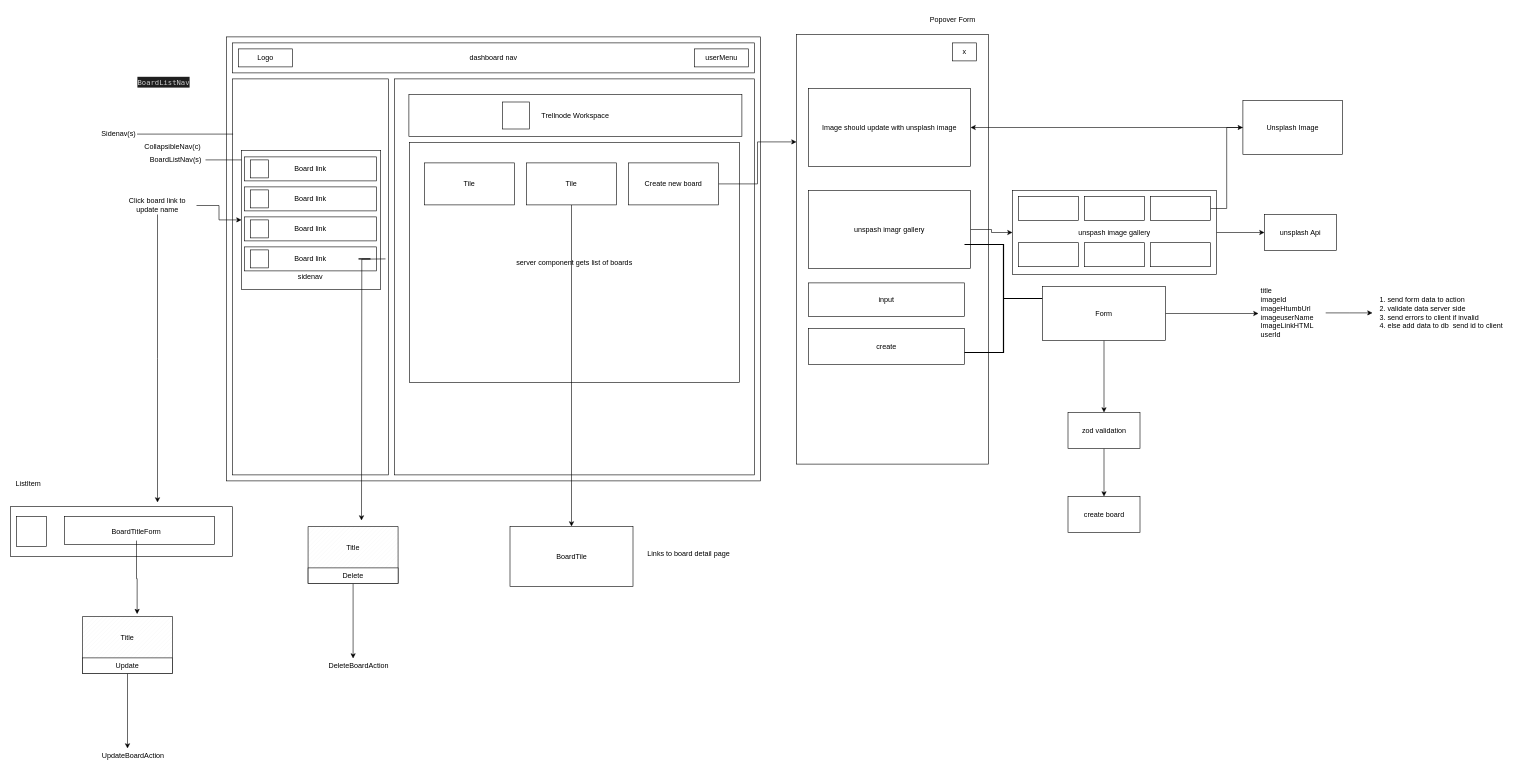
The draw.io diagram page "Boards Page" (3 of 5) of public/Untitled Diagram.drawio in eric-nichols-nyc/trellnode, before the edit. Source tidied: cells renumbered, new cells numbered last; positions are measured from the earlier drawing's top-left corner, leaving out a move shared by most shapes. Both pictures are drawn from the tidied source at 60%, with x=0, y=0 at pixel (10, 10).
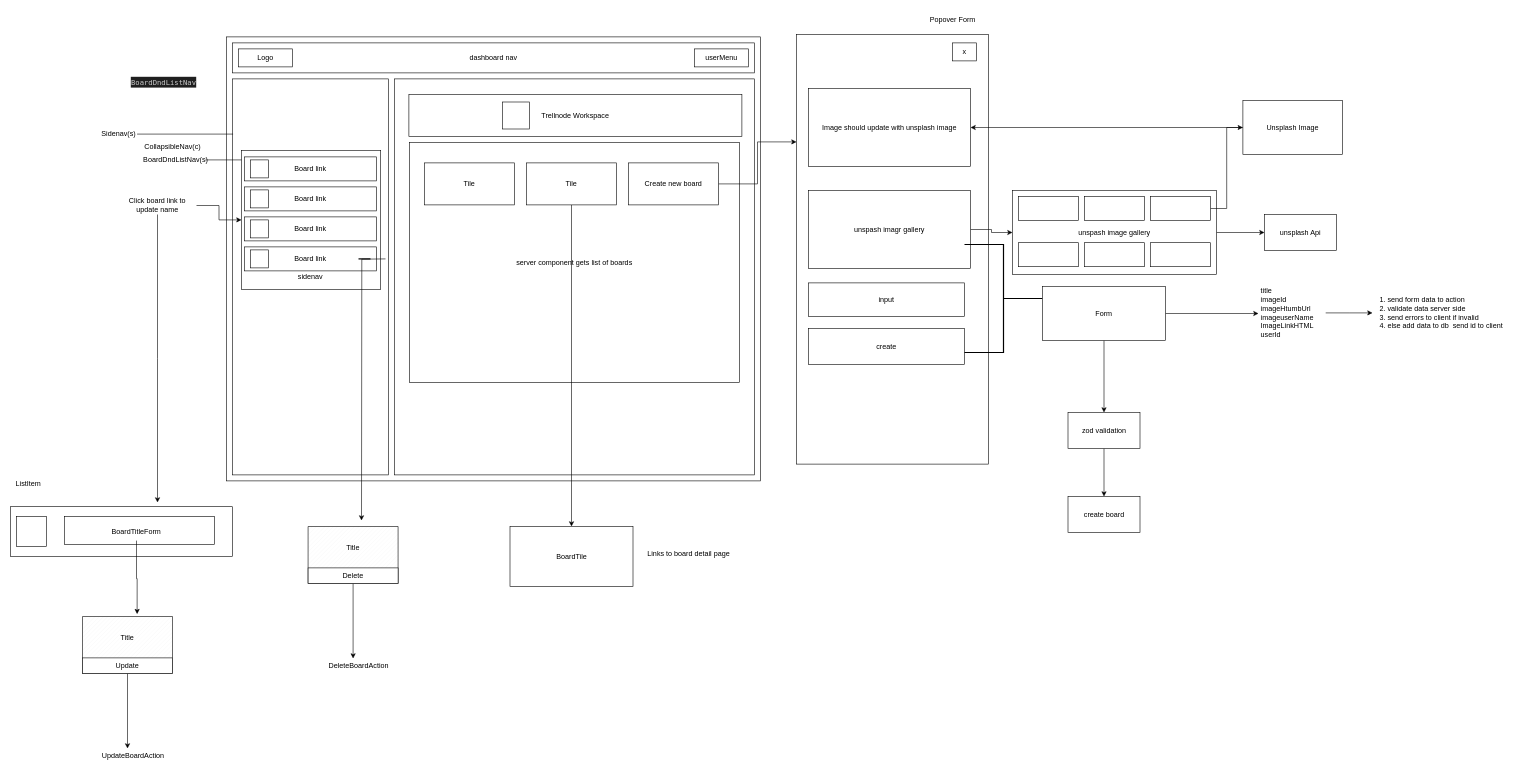
The same diagram, later.

What changed in the source:
```diff
@@
-    <mxCell id="64" value="&lt;div style=&quot;color: rgb(204, 204, 204); background-color: rgb(31, 31, 31); font-family: Menlo, Monaco, &amp;quot;Courier New&amp;quot;, monospace; line-height: 18px;&quot;&gt;BoardListNav&lt;/div&gt;" style="text;html=1;align=center;verticalAlign=middle;strokeColor=none;fillColor=none;" parent="1" vertex="1">
+    <mxCell id="64" value="&lt;div style=&quot;color: rgb(204, 204, 204); background-color: rgb(31, 31, 31); font-family: Menlo, Monaco, &amp;quot;Courier New&amp;quot;, monospace; line-height: 18px;&quot;&gt;BoardDndListNav&lt;/div&gt;" style="text;html=1;align=center;verticalAlign=middle;strokeColor=none;fillColor=none;" parent="1" vertex="1">
       <mxGeometry x="200" y="104" width="110" height="30" as="geometry" />
     </mxCell>
@@
-    <mxCell id="68" value="BoardListNav(s)" style="text;html=1;align=center;verticalAlign=middle;strokeColor=none;fillColor=none;" parent="1" vertex="1">
+    <mxCell id="68" value="BoardDndListNav(s)" style="text;html=1;align=center;verticalAlign=middle;strokeColor=none;fillColor=none;" parent="1" vertex="1">
       <mxGeometry x="220" y="234" width="110" height="30" as="geometry" />
     </mxCell>
```
